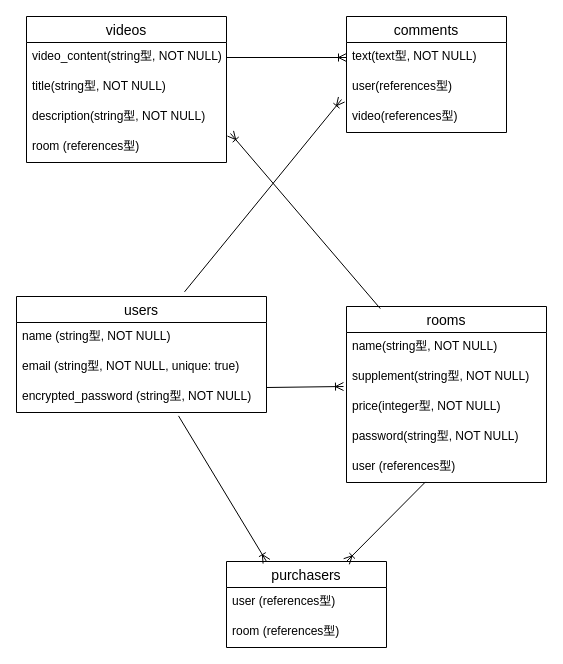
yudai-simoma/povio keeps this draw.io diagram as povio.dio. Above is the earlier version. Source tidied: cells renumbered, new cells numbered last; positions are measured from the earlier drawing's top-left corner, leaving out a move shared by most shapes. Both pictures are drawn from the tidied source at 100%, with x=0, y=0 at pixel (16, 16).
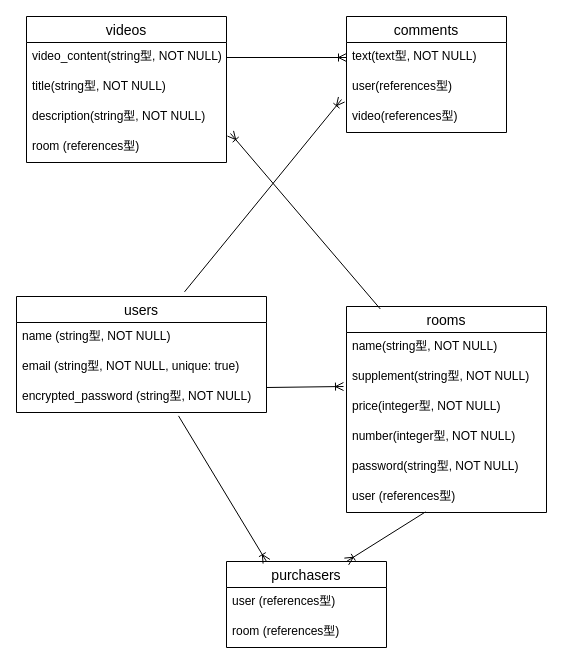
The same diagram, later.

Commit message (it also covers changes not shown here):
Roomsテーブルのカラム変更

Diff of the diagram source:
```diff
@@
     <mxCell id="11" value="rooms" style="swimlane;fontStyle=0;horizontal=1;startSize=26;align=center;fontSize=14;" parent="1" vertex="1">
-      <mxGeometry x="330" y="290" width="200" height="176" as="geometry" />
+      <mxGeometry x="330" y="290" width="200" height="206" as="geometry" />
     </mxCell>
@@
+    <mxCell id="30" value="number(integer型, NOT NULL)" style="text;strokeColor=none;fillColor=none;spacingLeft=4;spacingRight=4;overflow=hidden;fontSize=12;" parent="11" vertex="1">
+      <mxGeometry y="116" width="200" height="30" as="geometry" />
+    </mxCell>
     <mxCell id="15" value="password(string型, NOT NULL)" style="text;strokeColor=none;fillColor=none;spacingLeft=4;spacingRight=4;overflow=hidden;fontSize=12;" parent="11" vertex="1">
-      <mxGeometry y="116" width="200" height="30" as="geometry" />
+      <mxGeometry y="146" width="200" height="30" as="geometry" />
     </mxCell>
     <mxCell id="16" value="user (references型)" style="text;strokeColor=none;fillColor=none;spacingLeft=4;spacingRight=4;overflow=hidden;points=[[0,0.5],[1,0.5]];portConstraint=eastwest;fontSize=12;" parent="11" vertex="1">
-      <mxGeometry y="146" width="200" height="30" as="geometry" />
+      <mxGeometry y="176" width="200" height="30" as="geometry" />
     </mxCell>
```
